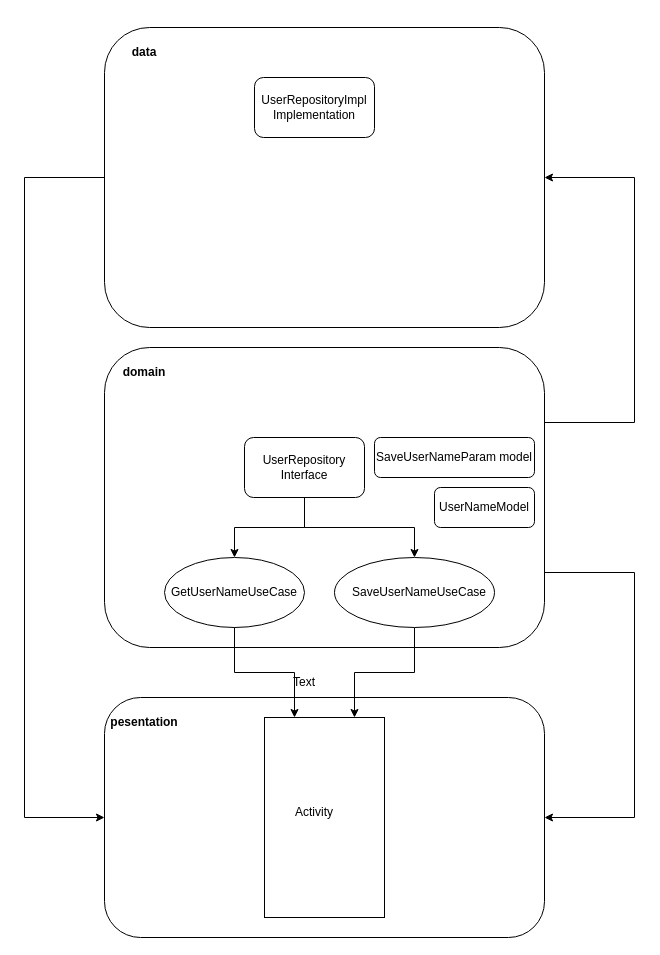
The draw.io diagram gradle/diag.drawio in AleksandrRegulus/MyTestApplicationForStudyClearCode, before the edit. Source tidied: cells renumbered, new cells numbered last; positions are measured from the earlier drawing's top-left corner, leaving out a move shared by most shapes. Both pictures are drawn from the tidied source at 100%, with x=0, y=0 at pixel (24, 27).
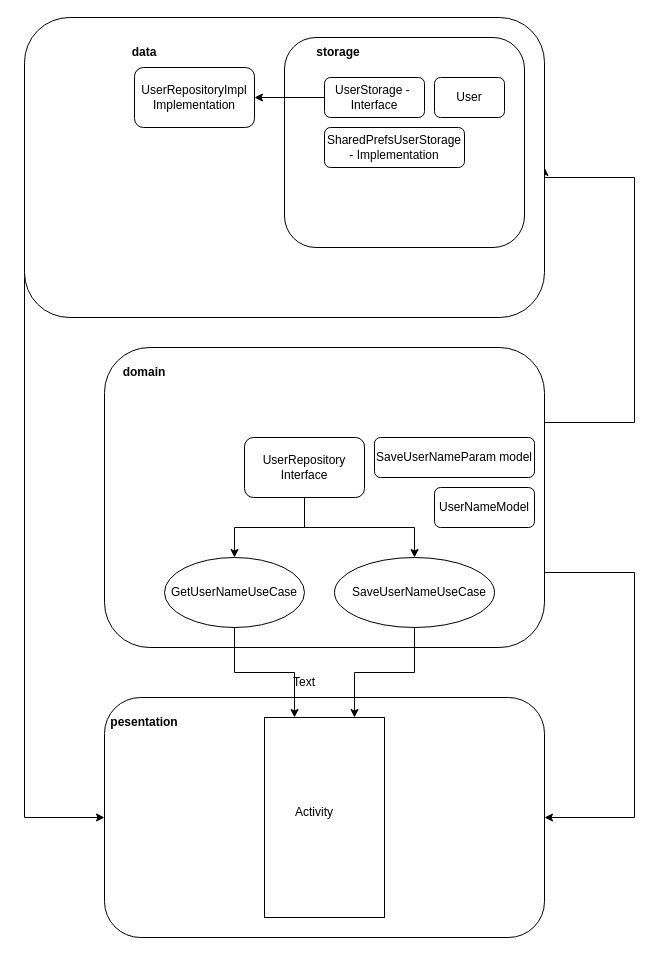
The same page after the edit.

Change to the diagram source:
```diff
@@
     <mxCell id="18" style="rounded=1;whiteSpace=wrap;html=1;" parent="1" vertex="1">
-      <mxGeometry x="80" width="440" height="300" as="geometry" />
+      <mxGeometry y="-10" width="520" height="300" as="geometry" />
     </mxCell>
@@
     <mxCell id="20" value="UserRepositoryImpl Implementation" style="rounded=1;whiteSpace=wrap;html=1;" parent="1" vertex="1">
-      <mxGeometry x="230" y="50" width="120" height="60" as="geometry" />
+      <mxGeometry x="110" y="40" width="120" height="60" as="geometry" />
     </mxCell>
@@
+    <mxCell id="26" style="rounded=1;whiteSpace=wrap;html=1;" parent="1" vertex="1">
+      <mxGeometry x="260" y="10" width="240" height="210" as="geometry" />
+    </mxCell>
+    <mxCell id="27" value="SharedPrefsUserStorage - Implementation" style="rounded=1;whiteSpace=wrap;html=1;" parent="1" vertex="1">
+      <mxGeometry x="300" y="100" width="140" height="40" as="geometry" />
+    </mxCell>
+    <mxCell id="28" style="edgeStyle=orthogonalEdgeStyle;rounded=0;jettySize=auto;html=1;exitX=0;exitY=0.5;exitDx=0;exitDy=0;" parent="1" edge="1" source="29" target="20">
+      <mxGeometry relative="1" as="geometry" />
+    </mxCell>
+    <mxCell id="29" value="UserStorage -&amp;nbsp; Interface" style="rounded=1;whiteSpace=wrap;html=1;" parent="1" vertex="1">
+      <mxGeometry x="300" y="50" width="100" height="40" as="geometry" />
+    </mxCell>
+    <mxCell id="30" value="User" style="rounded=1;whiteSpace=wrap;html=1;" parent="1" vertex="1">
+      <mxGeometry x="410" y="50" width="70" height="40" as="geometry" />
+    </mxCell>
+    <mxCell id="31" value="&lt;b&gt;storage&lt;/b&gt;" style="text;html=1;strokeColor=none;fillColor=none;align=center;verticalAlign=middle;whiteSpace=wrap;rounded=0;" parent="1" vertex="1">
+      <mxGeometry x="284" y="10" width="60" height="30" as="geometry" />
+    </mxCell>
```
